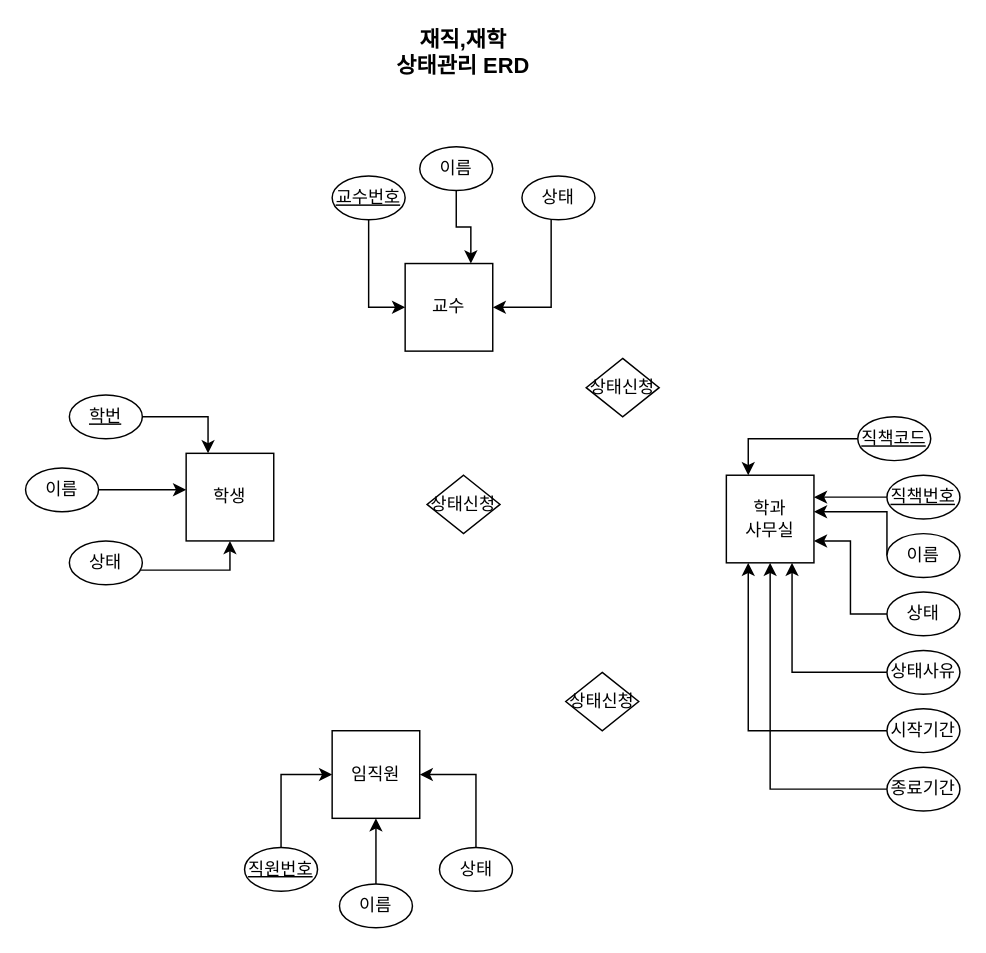
The draw.io diagram 재직, 재학에 따른 상태 관리.drawio in y0y00700/WebPractice, before the edit. Source tidied: cells renumbered, new cells numbered last; positions are measured from the earlier drawing's top-left corner, leaving out a move shared by most shapes. Both pictures are drawn from the tidied source at 146%, with x=0, y=0 at pixel (25, 29).
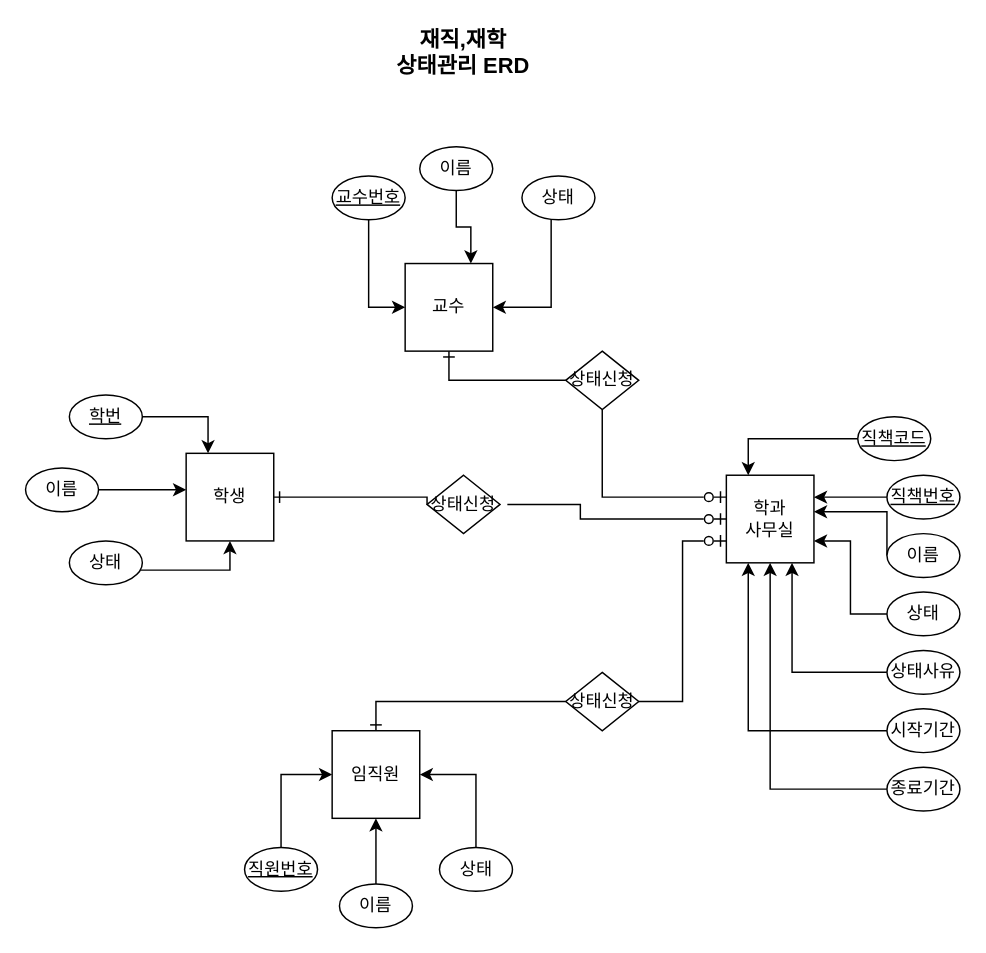
Above is the later version.

Commit message (it also covers changes not shown here):
재직, 재학에 따른 상태 관리.drawio 업데이트

The change refers to these unchanged cells:
```xml
<mxCell id="2" value="학생" style="whiteSpace=wrap;html=1;" parent="1" vertex="1">
  <mxGeometry x="110" y="290" width="60" height="60" as="geometry" />
</mxCell>
<mxCell id="3" value="임직원" style="whiteSpace=wrap;html=1;" parent="1" vertex="1">
  <mxGeometry x="210" y="480" width="60" height="60" as="geometry" />
</mxCell>
<mxCell id="4" value="교수" style="whiteSpace=wrap;html=1;" parent="1" vertex="1">
  <mxGeometry x="260" y="160" width="60" height="60" as="geometry" />
</mxCell>
<mxCell id="5" value="학과&lt;br&gt;사무실" style="whiteSpace=wrap;html=1;" parent="1" vertex="1">
  <mxGeometry x="480" y="305" width="60" height="60" as="geometry" />
</mxCell>
<mxCell id="40" value="상태신청" style="rhombus;whiteSpace=wrap;html=1;" parent="1" vertex="1">
  <mxGeometry x="275" y="305" width="50" height="40" as="geometry" />
</mxCell>
<mxCell id="41" value="상태신청" style="rhombus;whiteSpace=wrap;html=1;" parent="1" vertex="1">
  <mxGeometry x="370" y="440" width="50" height="40" as="geometry" />
</mxCell>
```

The edit, as a diff of the source:
```diff
@@
+    <mxCell id="42" style="edgeStyle=orthogonalEdgeStyle;rounded=0;jettySize=auto;html=1;entryX=0.5;entryY=1;entryDx=0;entryDy=0;endArrow=ERone;endFill=0;" parent="1" edge="1" source="39" target="4">
+      <mxGeometry relative="1" as="geometry" />
+    </mxCell>
+    <mxCell id="43" style="edgeStyle=orthogonalEdgeStyle;rounded=0;jettySize=auto;html=1;entryX=0;entryY=0.25;entryDx=0;entryDy=0;exitX=0.5;exitY=1;exitDx=0;exitDy=0;endArrow=ERzeroToOne;endFill=0;" parent="1" edge="1" source="39" target="5">
+      <mxGeometry relative="1" as="geometry" />
+    </mxCell>
     <mxCell id="39" value="상태신청" style="rhombus;whiteSpace=wrap;html=1;" parent="1" vertex="1">
-      <mxGeometry x="384" y="225" width="50" height="40" as="geometry" />
+      <mxGeometry x="370" y="220" width="50" height="40" as="geometry" />
     </mxCell>
+    <mxCell id="44" style="edgeStyle=orthogonalEdgeStyle;rounded=0;jettySize=auto;html=1;endArrow=ERone;endFill=0;entryX=1;entryY=0.5;entryDx=0;entryDy=0;exitX=0;exitY=0.5;exitDx=0;exitDy=0;" parent="1" edge="1" source="40" target="2">
+      <mxGeometry relative="1" as="geometry">
+        <Array as="points">
+          <mxPoint x="275" y="320" />
+        </Array>
+      </mxGeometry>
+    </mxCell>
+    <mxCell id="45" style="edgeStyle=orthogonalEdgeStyle;rounded=0;jettySize=auto;html=1;entryX=0;entryY=0.5;entryDx=0;entryDy=0;endArrow=ERzeroToOne;endFill=0;" parent="1" edge="1" target="5">
+      <mxGeometry relative="1" as="geometry">
+        <mxPoint x="330" y="325" as="sourcePoint" />
+        <Array as="points">
+          <mxPoint x="380" y="325" />
+          <mxPoint x="380" y="335" />
+        </Array>
+      </mxGeometry>
+    </mxCell>
@@
+    <mxCell id="46" style="edgeStyle=orthogonalEdgeStyle;rounded=0;jettySize=auto;html=1;entryX=0;entryY=0.75;entryDx=0;entryDy=0;endArrow=ERzeroToOne;endFill=0;" parent="1" edge="1" source="41" target="5">
+      <mxGeometry relative="1" as="geometry" />
+    </mxCell>
+    <mxCell id="47" style="edgeStyle=orthogonalEdgeStyle;rounded=0;jettySize=auto;html=1;entryX=0.5;entryY=0;entryDx=0;entryDy=0;endArrow=ERone;endFill=0;" parent="1" edge="1" source="41" target="3">
+      <mxGeometry relative="1" as="geometry" />
+    </mxCell>
```
